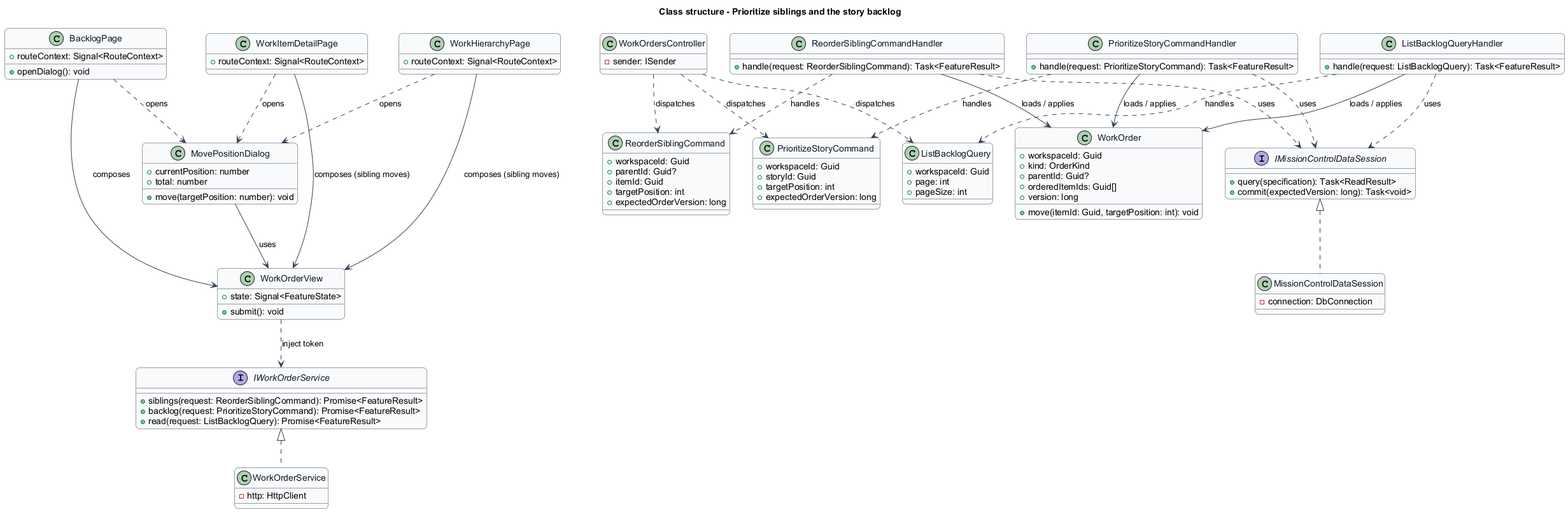
Earlier version of the PlantUML export docs/detailed-designs/work/prioritize-work/diagrams/class-structure.png (QuinntyneBrown/mission-control).
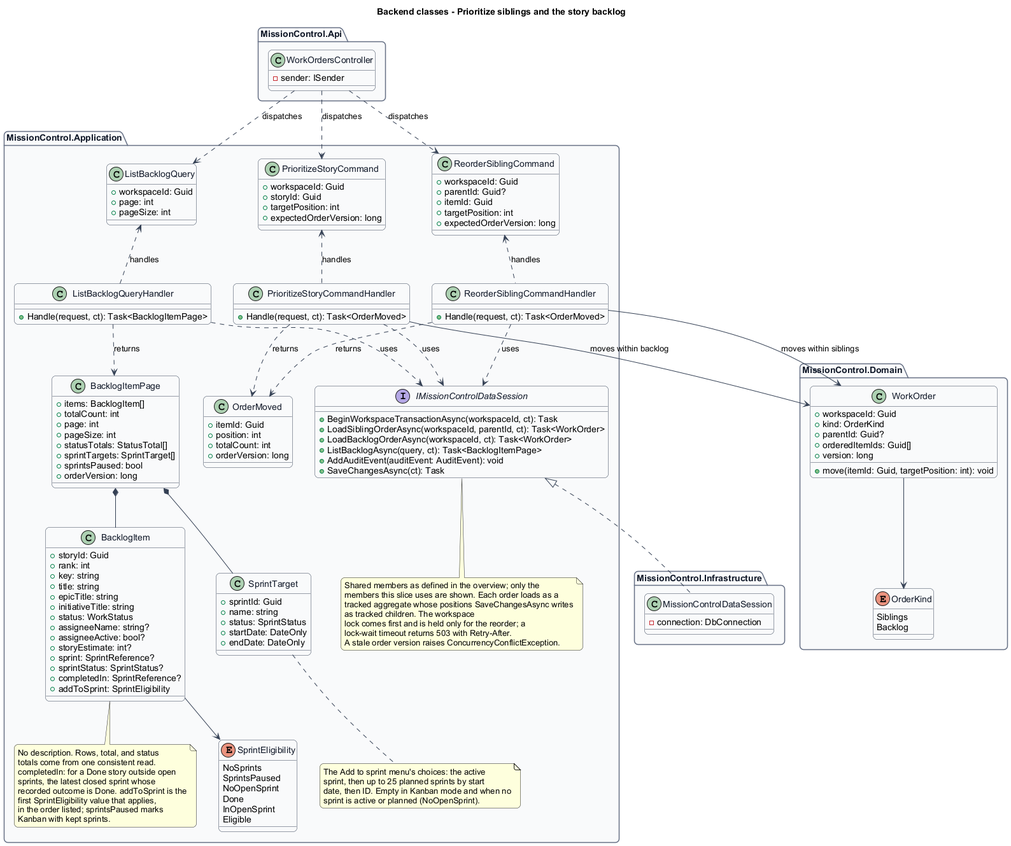
The same file after the commit.

The edit, as a diff of the source:
```diff
@@ -4,114 +4,168 @@
 skinparam roundcorner 12
 skinparam defaultFontName Arial
 skinparam ArrowColor #344054
-skinparam rectangle {
-  BorderColor #344054
-  FontColor #101828
-}
 skinparam package {
   BorderColor #667085
   FontColor #101828
   BackgroundColor #F9FAFB
 }
-title Class structure - Prioritize siblings and the story backlog
 skinparam class {
   BorderColor #344054
   FontColor #101828
   BackgroundColor #F9FAFB
 }
-class BacklogPage {
-  +routeContext: Signal<RouteContext>
-  +openDialog(): void
+set separator none
+title Backend classes - Prioritize siblings and the story backlog
+package "MissionControl.Api" {
+  class WorkOrdersController {
+    -sender: ISender
+  }
 }
-class WorkHierarchyPage {
-  +routeContext: Signal<RouteContext>
+package "MissionControl.Application" {
+  class ReorderSiblingCommand {
+    +workspaceId: Guid
+    +parentId: Guid?
+    +itemId: Guid
+    +targetPosition: int
+    +expectedOrderVersion: long
+  }
+  class PrioritizeStoryCommand {
+    +workspaceId: Guid
+    +storyId: Guid
+    +targetPosition: int
+    +expectedOrderVersion: long
+  }
+  class ListBacklogQuery {
+    +workspaceId: Guid
+    +page: int
+    +pageSize: int
+  }
+  class ReorderSiblingCommandHandler {
+    +Handle(request, ct): Task<OrderMoved>
+  }
+  class PrioritizeStoryCommandHandler {
+    +Handle(request, ct): Task<OrderMoved>
+  }
+  class ListBacklogQueryHandler {
+    +Handle(request, ct): Task<BacklogItemPage>
+  }
+  class OrderMoved {
+    +itemId: Guid
+    +position: int
+    +totalCount: int
+    +orderVersion: long
+  }
+  class BacklogItemPage {
+    +items: BacklogItem[]
+    +totalCount: int
+    +page: int
+    +pageSize: int
+    +statusTotals: StatusTotal[]
+    +sprintTargets: SprintTarget[]
+    +sprintsPaused: bool
+    +orderVersion: long
+  }
+  class SprintTarget {
+    +sprintId: Guid
+    +name: string
+    +status: SprintStatus
+    +startDate: DateOnly
+    +endDate: DateOnly
+  }
+  note bottom of SprintTarget
+    The Add to sprint menu's choices: the active
+    sprint, then up to 25 planned sprints by start
+    date, then ID. Empty in Kanban mode and when no
+    sprint is active or planned (NoOpenSprint).
+  end note
+  class BacklogItem {
+    +storyId: Guid
+    +rank: int
+    +key: string
+    +title: string
+    +epicTitle: string
+    +initiativeTitle: string
+    +status: WorkStatus
+    +assigneeName: string?
+    +assigneeActive: bool?
+    +storyEstimate: int?
+    +sprint: SprintReference?
+    +sprintStatus: SprintStatus?
+    +completedIn: SprintReference?
+    +addToSprint: SprintEligibility
+  }
+  enum SprintEligibility {
+    NoSprints
+    SprintsPaused
+    NoOpenSprint
+    Done
+    InOpenSprint
+    Eligible
+  }
+  interface IMissionControlDataSession {
+    +BeginWorkspaceTransactionAsync(workspaceId, ct): Task
+    +LoadSiblingOrderAsync(workspaceId, parentId, ct): Task<WorkOrder>
+    +LoadBacklogOrderAsync(workspaceId, ct): Task<WorkOrder>
+    +ListBacklogAsync(query, ct): Task<BacklogItemPage>
+    +AddAuditEvent(auditEvent: AuditEvent): void
+    +SaveChangesAsync(ct): Task
+  }
+  note bottom of IMissionControlDataSession
+    Shared members as defined in the overview; only the
+    members this slice uses are shown. Each order loads as a
+    tracked aggregate whose positions SaveChangesAsync writes
+    as tracked children. The workspace
+    lock comes first and is held only for the reorder; a
+    lock-wait timeout returns 503 with Retry-After.
+    A stale order version raises ConcurrencyConflictException.
+  end note
+  note bottom of BacklogItem
+    No description. Rows, total, and status
+    totals come from one consistent read.
+    completedIn: for a Done story outside open
+    sprints, the latest closed sprint whose
+    recorded outcome is Done. addToSprint is the
+    first SprintEligibility value that applies,
+    in the order listed; sprintsPaused marks
+    Kanban with kept sprints.
+  end note
 }
-class WorkItemDetailPage {
-  +routeContext: Signal<RouteContext>
+package "MissionControl.Domain" {
+  class WorkOrder {
+    +workspaceId: Guid
+    +kind: OrderKind
+    +parentId: Guid?
+    +orderedItemIds: Guid[]
+    +version: long
+    +move(itemId: Guid, targetPosition: int): void
+  }
+  enum OrderKind {
+    Siblings
+    Backlog
+  }
 }
-class MovePositionDialog {
-  +currentPosition: number
-  +total: number
-  +move(targetPosition: number): void
-}
-class WorkOrderView {
-  +state: Signal<FeatureState>
-  +submit(): void
-}
-interface IWorkOrderService {
-  +siblings(request: ReorderSiblingCommand): Promise<FeatureResult>
-  +backlog(request: PrioritizeStoryCommand): Promise<FeatureResult>
-  +read(request: ListBacklogQuery): Promise<FeatureResult>
-}
-class WorkOrderService {
-  -http: HttpClient
-}
-class WorkOrdersController {
-  -sender: ISender
-}
-class WorkOrder {
-  +workspaceId: Guid
-  +kind: OrderKind
-  +parentId: Guid?
-  +orderedItemIds: Guid[]
-  +version: long
-  +move(itemId: Guid, targetPosition: int): void
-}
-interface IMissionControlDataSession {
-  +query(specification): Task<ReadResult>
-  +commit(expectedVersion: long): Task<void>
-}
-class MissionControlDataSession {
-  -connection: DbConnection
-}
-BacklogPage --> WorkOrderView : composes
-WorkHierarchyPage --> WorkOrderView : composes (sibling moves)
-WorkItemDetailPage --> WorkOrderView : composes (sibling moves)
-MovePositionDialog --> WorkOrderView : uses
-BacklogPage ..> MovePositionDialog : opens
-WorkHierarchyPage ..> MovePositionDialog : opens
-WorkItemDetailPage ..> MovePositionDialog : opens
-WorkOrderView ..> IWorkOrderService : inject token
-IWorkOrderService <|.. WorkOrderService
-IMissionControlDataSession <|.. MissionControlDataSession
-class ReorderSiblingCommand {
-  +workspaceId: Guid
-  +parentId: Guid?
-  +itemId: Guid
-  +targetPosition: int
-  +expectedOrderVersion: long
-}
-class ReorderSiblingCommandHandler {
-  +handle(request: ReorderSiblingCommand): Task<FeatureResult>
+package "MissionControl.Infrastructure" {
+  class MissionControlDataSession {
+    -connection: DbConnection
+  }
 }
 WorkOrdersController ..> ReorderSiblingCommand : dispatches
-ReorderSiblingCommandHandler ..> ReorderSiblingCommand : handles
-ReorderSiblingCommandHandler --> WorkOrder : loads / applies
+WorkOrdersController ..> PrioritizeStoryCommand : dispatches
+WorkOrdersController ..> ListBacklogQuery : dispatches
+ReorderSiblingCommand <.. ReorderSiblingCommandHandler : handles
+PrioritizeStoryCommand <.. PrioritizeStoryCommandHandler : handles
+ListBacklogQuery <.. ListBacklogQueryHandler : handles
+ReorderSiblingCommandHandler ..> OrderMoved : returns
+PrioritizeStoryCommandHandler ..> OrderMoved : returns
+ListBacklogQueryHandler ..> BacklogItemPage : returns
+BacklogItemPage *-- BacklogItem
+BacklogItemPage *-- SprintTarget
+BacklogItem --> SprintEligibility
 ReorderSiblingCommandHandler ..> IMissionControlDataSession : uses
-class PrioritizeStoryCommand {
-  +workspaceId: Guid
-  +storyId: Guid
-  +targetPosition: int
-  +expectedOrderVersion: long
-}
-class PrioritizeStoryCommandHandler {
-  +handle(request: PrioritizeStoryCommand): Task<FeatureResult>
-}
-WorkOrdersController ..> PrioritizeStoryCommand : dispatches
-PrioritizeStoryCommandHandler ..> PrioritizeStoryCommand : handles
-PrioritizeStoryCommandHandler --> WorkOrder : loads / applies
 PrioritizeStoryCommandHandler ..> IMissionControlDataSession : uses
-class ListBacklogQuery {
-  +workspaceId: Guid
-  +page: int
-  +pageSize: int
-}
-class ListBacklogQueryHandler {
-  +handle(request: ListBacklogQuery): Task<FeatureResult>
-}
-WorkOrdersController ..> ListBacklogQuery : dispatches
-ListBacklogQueryHandler ..> ListBacklogQuery : handles
-ListBacklogQueryHandler --> WorkOrder : loads / applies
 ListBacklogQueryHandler ..> IMissionControlDataSession : uses
-
+ReorderSiblingCommandHandler --> WorkOrder : moves within siblings
+PrioritizeStoryCommandHandler --> WorkOrder : moves within backlog
+WorkOrder --> OrderKind
+IMissionControlDataSession <|.. MissionControlDataSession
 @enduml
```
